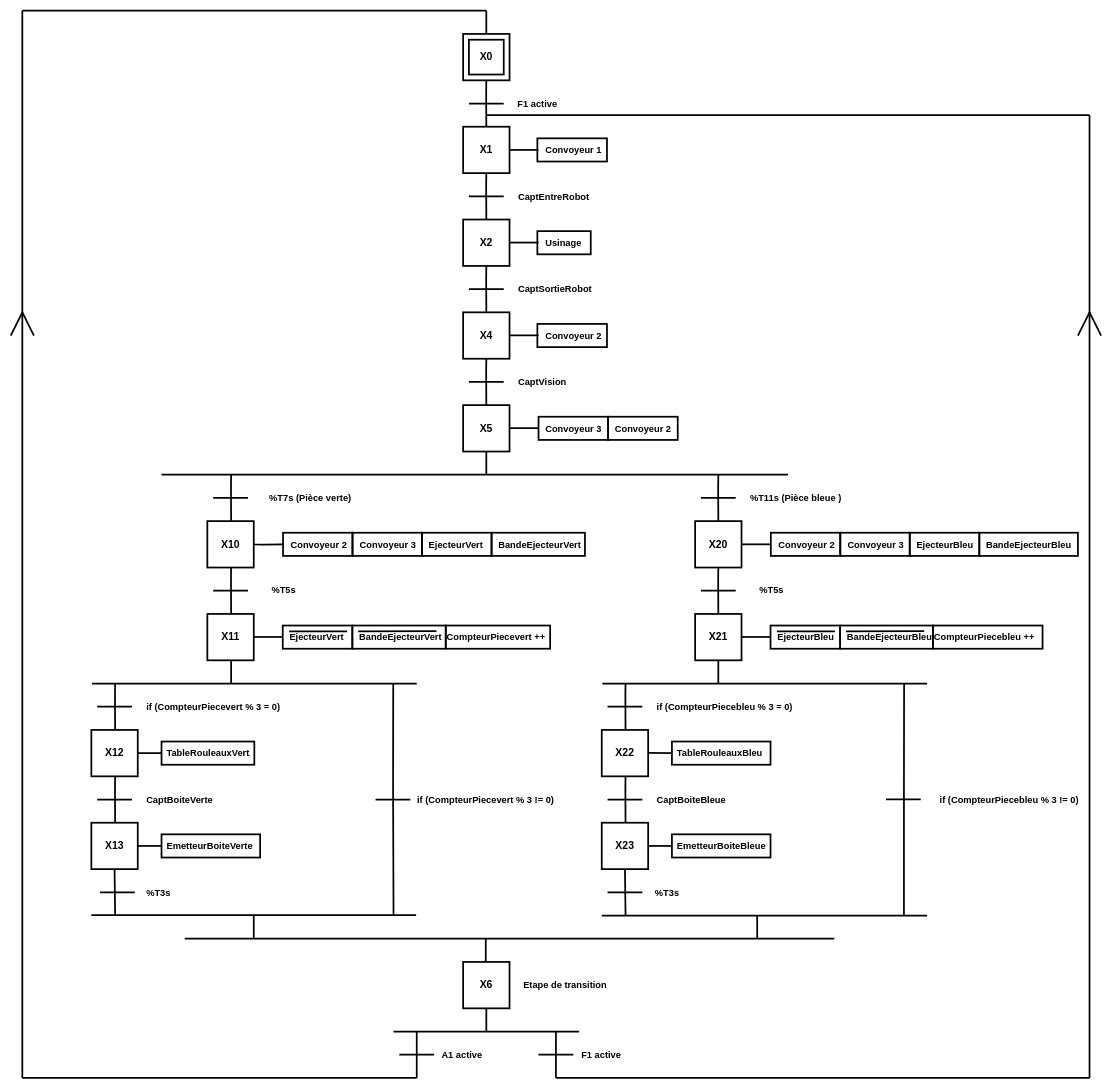
This is Auto.drawio from Sem98-chain/INSA, a draw.io file, before an edit. Source tidied: cells renumbered, new cells numbered last; positions are measured from the earlier drawing's top-left corner, leaving out a move shared by most shapes. Both pictures are drawn from the tidied source at 58%, with x=0, y=0 at pixel (10, 10).
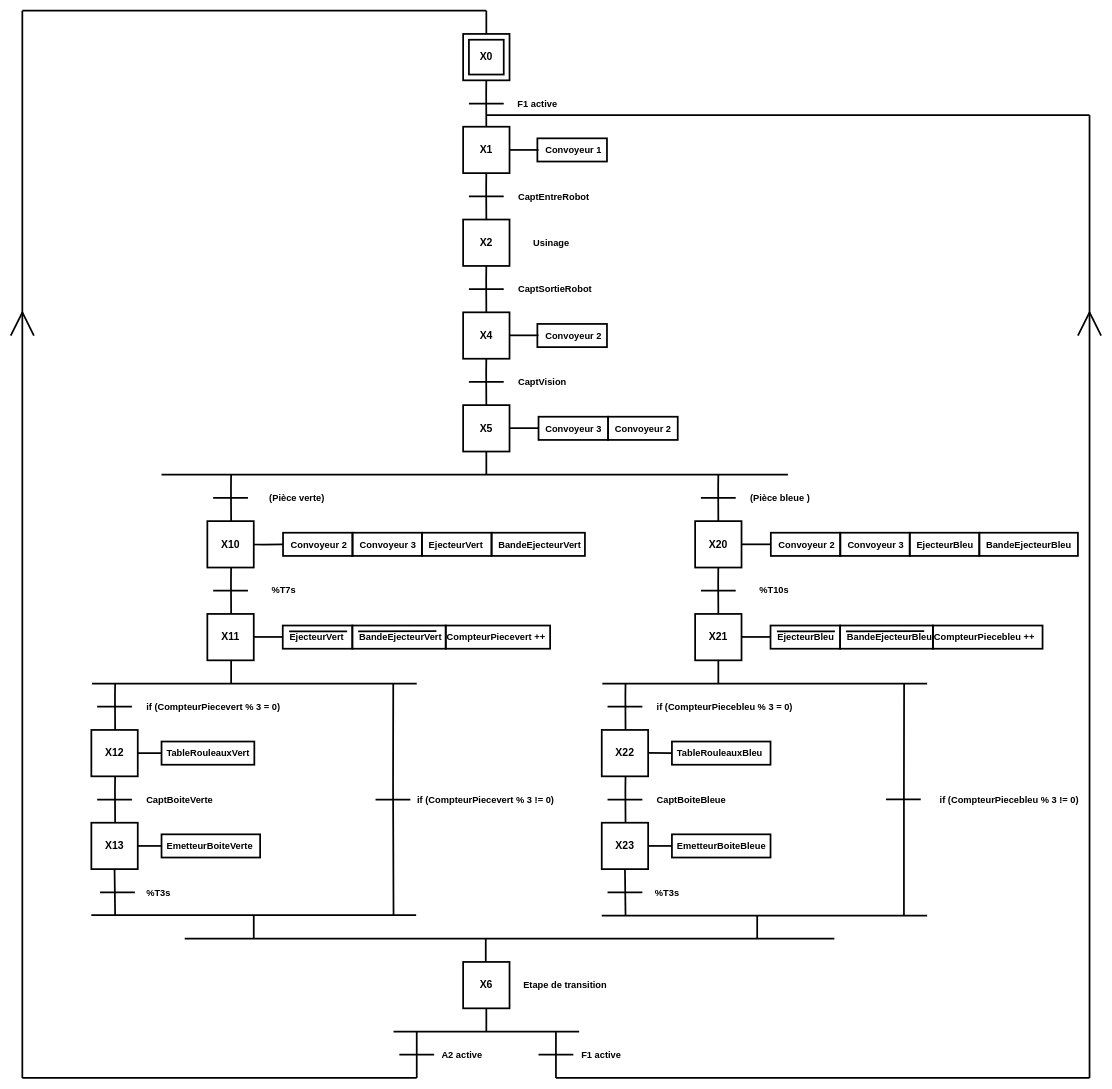
The same diagram, later.

What changed in the source:
```diff
@@
-    <mxCell id="22" style="endArrow=none;html=1;strokeWidth=3;fontStyle=1;" parent="1" edge="1">
-      <mxGeometry relative="1" as="geometry">
-        <mxPoint x="860" y="399.7" as="sourcePoint" />
-        <mxPoint x="910" y="399.7" as="targetPoint" />
-      </mxGeometry>
-    </mxCell>
     <mxCell id="23" value="&lt;font style=&quot;font-size: 16px&quot;&gt;Usinage&lt;/font&gt;" style="text;html=1;strokeColor=none;fillColor=none;align=left;verticalAlign=middle;whiteSpace=wrap;rounded=0;strokeWidth=3;fontStyle=1;" parent="1" vertex="1">
-      <mxGeometry x="920" y="390" width="80" height="20" as="geometry" />
+      <mxGeometry x="899" y="390" width="80" height="20" as="geometry" />
     </mxCell>
@@
-    <mxCell id="41" value="&lt;span style=&quot;font-size: 16px&quot;&gt;%T7s (Pièce verte)&lt;/span&gt;" style="text;html=1;strokeColor=none;fillColor=none;align=left;verticalAlign=middle;whiteSpace=wrap;rounded=0;strokeWidth=3;fontStyle=1;" parent="1" vertex="1">
+    <mxCell id="41" value="&lt;span style=&quot;font-size: 16px&quot;&gt;(Pièce verte)&lt;/span&gt;" style="text;html=1;strokeColor=none;fillColor=none;align=left;verticalAlign=middle;whiteSpace=wrap;rounded=0;strokeWidth=3;fontStyle=1;" parent="1" vertex="1">
       <mxGeometry x="444" y="830" width="205" height="20" as="geometry" />
     </mxCell>
@@
-    <mxCell id="50" value="&lt;font style=&quot;font-size: 16px&quot;&gt;%T11s (Pièce bleue )&lt;br&gt;&lt;/font&gt;" style="text;html=1;strokeColor=none;fillColor=none;align=left;verticalAlign=middle;whiteSpace=wrap;rounded=0;strokeWidth=3;fontStyle=1;" parent="1" vertex="1">
+    <mxCell id="50" value="&lt;font style=&quot;font-size: 16px&quot;&gt;(Pièce bleue )&lt;br&gt;&lt;/font&gt;" style="text;html=1;strokeColor=none;fillColor=none;align=left;verticalAlign=middle;whiteSpace=wrap;rounded=0;strokeWidth=3;fontStyle=1;" parent="1" vertex="1">
       <mxGeometry x="1273" y="830" width="236" height="20" as="geometry" />
     </mxCell>
@@
-    <mxCell id="55" style="rounded=0;whiteSpace=wrap;html=1;fillColor=none;gradientColor=none;strokeWidth=3;fontStyle=1;" parent="1" vertex="1">
-      <mxGeometry x="908" y="380" width="92" height="40" as="geometry" />
-    </mxCell>
@@
-    <mxCell id="125" value="&lt;span style=&quot;font-size: 16px&quot;&gt;%T5s&lt;/span&gt;" style="text;html=1;strokeColor=none;fillColor=none;align=left;verticalAlign=middle;whiteSpace=wrap;rounded=0;strokeWidth=3;fontStyle=1;" parent="1" vertex="1">
+    <mxCell id="125" value="&lt;span style=&quot;font-size: 16px&quot;&gt;%T7s&lt;/span&gt;" style="text;html=1;strokeColor=none;fillColor=none;align=left;verticalAlign=middle;whiteSpace=wrap;rounded=0;strokeWidth=3;fontStyle=1;" parent="1" vertex="1">
       <mxGeometry x="448" y="988" width="98" height="20" as="geometry" />
     </mxCell>
@@
-    <mxCell id="146" value="&lt;span style=&quot;font-size: 16px&quot;&gt;%T5s&lt;/span&gt;" style="text;html=1;strokeColor=none;fillColor=none;align=left;verticalAlign=middle;whiteSpace=wrap;rounded=0;strokeWidth=3;fontStyle=1;" parent="1" vertex="1">
+    <mxCell id="146" value="&lt;span style=&quot;font-size: 16px&quot;&gt;%T10s&lt;/span&gt;" style="text;html=1;strokeColor=none;fillColor=none;align=left;verticalAlign=middle;whiteSpace=wrap;rounded=0;strokeWidth=3;fontStyle=1;" parent="1" vertex="1">
       <mxGeometry x="1289" y="988" width="98" height="20" as="geometry" />
     </mxCell>
@@
-    <mxCell id="170" value="&lt;font style=&quot;font-size: 16px&quot;&gt;A1 active&lt;br&gt;&lt;/font&gt;" style="text;html=1;strokeColor=none;fillColor=none;align=left;verticalAlign=middle;whiteSpace=wrap;rounded=0;strokeWidth=3;fontStyle=1;" parent="1" vertex="1">
+    <mxCell id="170" value="&lt;font style=&quot;font-size: 16px&quot;&gt;A2 active&lt;br&gt;&lt;/font&gt;" style="text;html=1;strokeColor=none;fillColor=none;align=left;verticalAlign=middle;whiteSpace=wrap;rounded=0;strokeWidth=3;fontStyle=1;" parent="1" vertex="1">
       <mxGeometry x="741" y="1790" width="158" height="20" as="geometry" />
     </mxCell>
```
